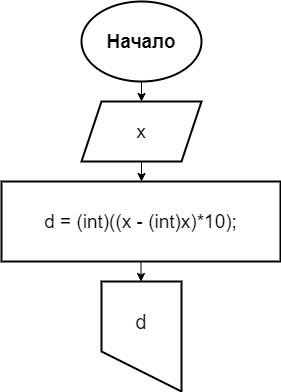
Above: Lab1/Lab1.1/Lab1.1.drawio.png in ga1kokuj1n/Lab1 (draw.io), before the change. Source tidied: cells renumbered, new cells last; positions are measured from the earlier drawing's top-left corner, leaving out a move shared by most shapes. Source of this version:
```xml
<mxGraphModel>
  <root>
    <mxCell id="0" />
    <mxCell id="1" parent="0" />
    <mxCell id="2" value="&lt;font style=&quot;font-size: 19px&quot;&gt;&lt;b&gt;Начало&lt;/b&gt;&lt;/font&gt;" style="ellipse;whiteSpace=wrap;html=1;strokeWidth=2;" parent="1" vertex="1">
      <mxGeometry x="80" width="120" height="80" as="geometry" />
    </mxCell>
    <mxCell id="3" style="endArrow=classic;html=1;rounded=0;fontSize=19;exitX=0.5;exitY=1;exitDx=0;exitDy=0;" parent="1" edge="1" source="2" target="5">
      <mxGeometry relative="1" as="geometry" />
    </mxCell>
    <mxCell id="4" style="edgeStyle=orthogonalEdgeStyle;rounded=0;jettySize=auto;html=1;entryX=0.5;entryY=0;entryDx=0;entryDy=0;fontSize=19;" parent="1" edge="1" source="5" target="7">
      <mxGeometry relative="1" as="geometry" />
    </mxCell>
    <mxCell id="5" value="x" style="shape=parallelogram;perimeter=parallelogramPerimeter;whiteSpace=wrap;html=1;fixedSize=1;fontSize=19;strokeWidth=2;" parent="1" vertex="1">
      <mxGeometry x="80" y="100" width="120" height="60" as="geometry" />
    </mxCell>
    <mxCell id="6" style="edgeStyle=orthogonalEdgeStyle;rounded=0;jettySize=auto;html=1;entryX=0.5;entryY=0;entryDx=0;entryDy=0;fontSize=20;" parent="1" edge="1" source="7" target="8">
      <mxGeometry relative="1" as="geometry" />
    </mxCell>
    <mxCell id="7" value="d = (int)((x - (int)x)*10);" style="whiteSpace=wrap;html=1;fontSize=19;strokeWidth=2;" parent="1" vertex="1">
      <mxGeometry y="180" width="279" height="80" as="geometry" />
    </mxCell>
    <mxCell id="8" style="shape=manualInput;whiteSpace=wrap;html=1;fontSize=20;strokeWidth=2;flipV=1;size=40;" parent="1" vertex="1">
      <mxGeometry x="100" y="280" width="80" height="110" as="geometry" />
    </mxCell>
    <mxCell id="9" value="d" style="whiteSpace=wrap;html=1;fontSize=20;strokeWidth=2;fillColor=none;strokeColor=none;" parent="1" vertex="1">
      <mxGeometry x="100" y="280" width="80" height="80" as="geometry" />
    </mxCell>
  </root>
</mxGraphModel>
```
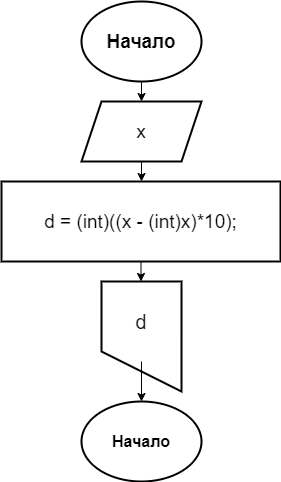
The same file after the commit.

Change to the diagram source:
```diff
@@ -23,8 +23,14 @@
     <mxCell id="8" style="shape=manualInput;whiteSpace=wrap;html=1;fontSize=20;strokeWidth=2;flipV=1;size=40;" parent="1" vertex="1">
       <mxGeometry x="100" y="280" width="80" height="110" as="geometry" />
     </mxCell>
+    <mxCell id="10" style="edgeStyle=orthogonalEdgeStyle;rounded=0;jettySize=auto;html=1;exitX=0.5;exitY=1;exitDx=0;exitDy=0;entryX=0.5;entryY=0;entryDx=0;entryDy=0;" parent="1" edge="1" source="9" target="11">
+      <mxGeometry relative="1" as="geometry" />
+    </mxCell>
     <mxCell id="9" value="d" style="whiteSpace=wrap;html=1;fontSize=20;strokeWidth=2;fillColor=none;strokeColor=none;" parent="1" vertex="1">
       <mxGeometry x="100" y="280" width="80" height="80" as="geometry" />
     </mxCell>
+    <mxCell id="11" value="&lt;b&gt;&lt;font style=&quot;font-size: 16px&quot;&gt;Начало&lt;/font&gt;&lt;/b&gt;" style="ellipse;whiteSpace=wrap;html=1;strokeWidth=2;" parent="1" vertex="1">
+      <mxGeometry x="80" y="400" width="120" height="80" as="geometry" />
+    </mxCell>
   </root>
 </mxGraphModel>
```
